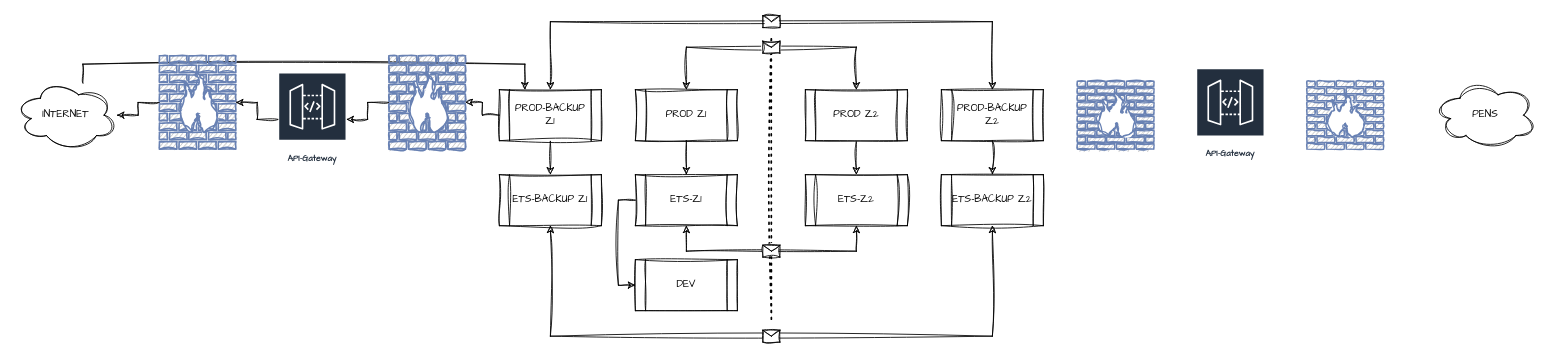
Above: logical.drawio in B4S71/drawio-swim (draw.io), before the change. Source tidied: cells renumbered, new cells numbered last; positions are measured from the earlier drawing's top-left corner, leaving out a move shared by most shapes. Both pictures are drawn from the tidied source at 85%, with x=0, y=0 at pixel (14, 21).
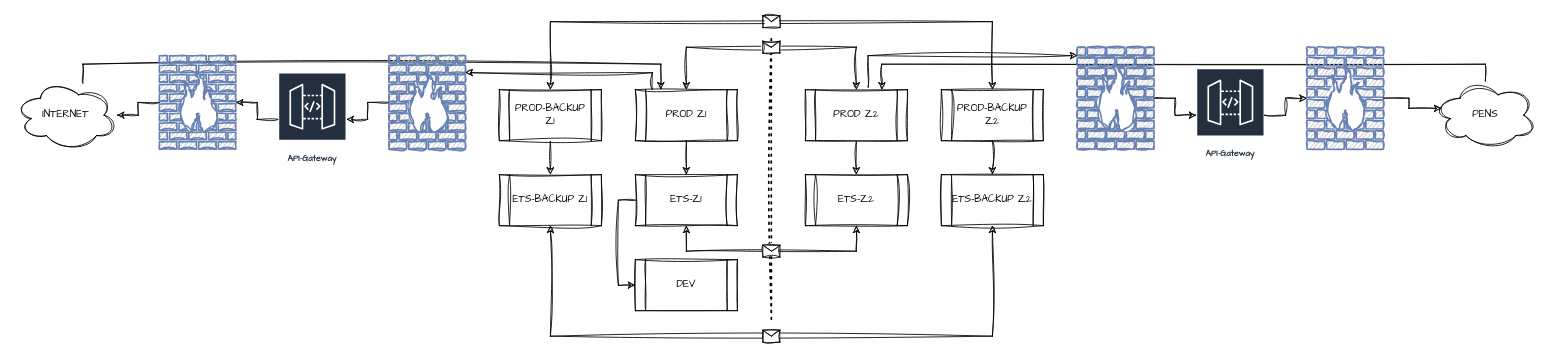
The same page after the edit.

Unchanged cells that the change refers to:
```xml
<mxCell id="6" value="PROD Z1" style="shape=process;whiteSpace=wrap;html=1;backgroundOutline=1;labelBackgroundColor=none;rounded=0;sketch=1;curveFitting=1;jiggle=2;fontFamily=Comic Sans MS;" parent="1" vertex="1">
  <mxGeometry x="730" y="80" width="120" height="60" as="geometry" />
</mxCell>
<mxCell id="8" value="PROD Z2" style="shape=process;whiteSpace=wrap;html=1;backgroundOutline=1;labelBackgroundColor=none;rounded=0;sketch=1;curveFitting=1;jiggle=2;fontFamily=Comic Sans MS;" parent="1" vertex="1">
  <mxGeometry x="930" y="80" width="120" height="60" as="geometry" />
</mxCell>
<mxCell id="12" value="PROD-BACKUP Z1" style="shape=process;whiteSpace=wrap;html=1;backgroundOutline=1;labelBackgroundColor=none;rounded=0;sketch=1;curveFitting=1;jiggle=2;fontFamily=Comic Sans MS;" parent="1" vertex="1">
  <mxGeometry x="570" y="80" width="120" height="60" as="geometry" />
</mxCell>
<mxCell id="20" value="INTERNET" style="ellipse;shape=cloud;whiteSpace=wrap;html=1;sketch=1;hachureGap=4;jiggle=2;curveFitting=1;fontFamily=Architects Daughter;" parent="1" vertex="1">
  <mxGeometry y="70" width="120" height="80" as="geometry" />
</mxCell>
<mxCell id="22" style="fontColor=#0066CC;verticalAlign=top;verticalLabelPosition=bottom;labelPosition=center;align=center;html=1;outlineConnect=0;fillColor=#CCCCCC;strokeColor=#6881B3;gradientColor=none;gradientDirection=north;strokeWidth=2;shape=mxgraph.networks.firewall;sketch=1;hachureGap=4;jiggle=2;curveFitting=1;fontFamily=Architects Daughter;" parent="1" vertex="1">
  <mxGeometry x="440" y="40" width="90" height="110" as="geometry" />
</mxCell>
<mxCell id="24" value="PENS" style="ellipse;shape=cloud;whiteSpace=wrap;html=1;sketch=1;hachureGap=4;jiggle=2;curveFitting=1;fontFamily=Architects Daughter;" parent="1" vertex="1">
  <mxGeometry x="1670" y="70" width="120" height="80" as="geometry" />
</mxCell>
<mxCell id="31" value="API-Gateway" style="sketch=0;outlineConnect=0;fontColor=#232F3E;gradientColor=none;strokeColor=#ffffff;fillColor=#232F3E;dashed=0;verticalLabelPosition=middle;verticalAlign=bottom;align=center;html=1;whiteSpace=wrap;fontSize=10;fontStyle=1;spacing=3;shape=mxgraph.aws4.productIcon;prIcon=mxgraph.aws4.api_gateway;hachureGap=4;jiggle=2;curveFitting=1;fontFamily=Architects Daughter;" parent="1" vertex="1">
  <mxGeometry x="1390" y="55" width="80" height="110" as="geometry" />
</mxCell>
```

The edit, as a diff of the source:
```diff
@@
+    <mxCell id="38" style="edgeStyle=orthogonalEdgeStyle;rounded=0;sketch=1;hachureGap=4;jiggle=2;curveFitting=1;jettySize=auto;html=1;fontFamily=Architects Daughter;exitX=0.615;exitY=-0.047;exitDx=0;exitDy=0;exitPerimeter=0;" parent="1" edge="1" source="8" target="27">
+      <mxGeometry relative="1" as="geometry">
+        <Array as="points">
+          <mxPoint x="1004" y="40" />
+        </Array>
+      </mxGeometry>
+    </mxCell>
@@
-    <mxCell id="19" style="edgeStyle=orthogonalEdgeStyle;rounded=0;sketch=1;hachureGap=4;jiggle=2;curveFitting=1;jettySize=auto;html=1;entryX=0.25;entryY=0;entryDx=0;entryDy=0;fontFamily=Architects Daughter;" parent="1" edge="1" source="20" target="12">
+    <mxCell id="19" style="edgeStyle=orthogonalEdgeStyle;rounded=0;sketch=1;hachureGap=4;jiggle=2;curveFitting=1;jettySize=auto;html=1;entryX=0.25;entryY=0;entryDx=0;entryDy=0;fontFamily=Architects Daughter;" parent="1" edge="1" source="20" target="6">
       <mxGeometry relative="1" as="geometry">
         <Array as="points">
           <mxPoint x="80" y="50" />
-          <mxPoint x="600" y="50" />
+          <mxPoint x="760" y="50" />
         </Array>
       </mxGeometry>
     </mxCell>
@@
-    <mxCell id="23" style="edgeStyle=orthogonalEdgeStyle;rounded=0;sketch=1;hachureGap=4;jiggle=2;curveFitting=1;jettySize=auto;html=1;exitX=0;exitY=0.5;exitDx=0;exitDy=0;entryX=1;entryY=0.5;entryDx=0;entryDy=0;entryPerimeter=0;fontFamily=Architects Daughter;" parent="1" edge="1" source="12" target="22">
-      <mxGeometry relative="1" as="geometry" />
+    <mxCell id="23" style="edgeStyle=orthogonalEdgeStyle;rounded=0;sketch=1;hachureGap=4;jiggle=2;curveFitting=1;jettySize=auto;html=1;exitX=0.167;exitY=0;exitDx=0;exitDy=0;fontFamily=Architects Daughter;exitPerimeter=0;" parent="1" edge="1" source="6">
+      <mxGeometry relative="1" as="geometry">
+        <mxPoint x="530" y="60" as="targetPoint" />
+        <Array as="points">
+          <mxPoint x="750" y="60" />
+          <mxPoint x="530" y="60" />
+        </Array>
+      </mxGeometry>
     </mxCell>
+    <mxCell id="39" style="edgeStyle=orthogonalEdgeStyle;rounded=0;sketch=1;hachureGap=4;jiggle=2;curveFitting=1;jettySize=auto;html=1;entryX=0.75;entryY=0;entryDx=0;entryDy=0;fontFamily=Architects Daughter;" parent="1" edge="1" source="24" target="8">
+      <mxGeometry relative="1" as="geometry">
+        <Array as="points">
+          <mxPoint x="1730" y="50" />
+          <mxPoint x="1020" y="50" />
+        </Array>
+      </mxGeometry>
+    </mxCell>
@@
+    <mxCell id="40" style="edgeStyle=orthogonalEdgeStyle;rounded=0;sketch=1;hachureGap=4;jiggle=2;curveFitting=1;jettySize=auto;html=1;exitX=1;exitY=0.5;exitDx=0;exitDy=0;exitPerimeter=0;fontFamily=Architects Daughter;" parent="1" edge="1" source="27" target="31">
+      <mxGeometry relative="1" as="geometry" />
+    </mxCell>
     <mxCell id="27" style="fontColor=#0066CC;verticalAlign=top;verticalLabelPosition=bottom;labelPosition=center;align=center;html=1;outlineConnect=0;fillColor=#CCCCCC;strokeColor=#6881B3;gradientColor=none;gradientDirection=north;strokeWidth=2;shape=mxgraph.networks.firewall;sketch=1;hachureGap=4;jiggle=2;curveFitting=1;fontFamily=Architects Daughter;" parent="1" vertex="1">
-      <mxGeometry x="1250" y="70" width="90" height="80" as="geometry" />
+      <mxGeometry x="1250" y="30" width="90" height="120" as="geometry" />
     </mxCell>
     <mxCell id="28" style="fontColor=#0066CC;verticalAlign=top;verticalLabelPosition=bottom;labelPosition=center;align=center;html=1;outlineConnect=0;fillColor=#CCCCCC;strokeColor=#6881B3;gradientColor=none;gradientDirection=north;strokeWidth=2;shape=mxgraph.networks.firewall;sketch=1;hachureGap=4;jiggle=2;curveFitting=1;fontFamily=Architects Daughter;" parent="1" vertex="1">
-      <mxGeometry x="1520" y="70" width="90" height="80" as="geometry" />
+      <mxGeometry x="1520" y="30" width="90" height="120" as="geometry" />
     </mxCell>
@@
+    <mxCell id="41" style="edgeStyle=orthogonalEdgeStyle;rounded=0;sketch=1;hachureGap=4;jiggle=2;curveFitting=1;jettySize=auto;html=1;entryX=0;entryY=0.5;entryDx=0;entryDy=0;entryPerimeter=0;fontFamily=Architects Daughter;" parent="1" edge="1" source="31" target="28">
+      <mxGeometry relative="1" as="geometry" />
+    </mxCell>
+    <mxCell id="42" style="edgeStyle=orthogonalEdgeStyle;rounded=0;sketch=1;hachureGap=4;jiggle=2;curveFitting=1;jettySize=auto;html=1;entryX=0.07;entryY=0.4;entryDx=0;entryDy=0;entryPerimeter=0;fontFamily=Architects Daughter;" parent="1" edge="1" source="28" target="24">
+      <mxGeometry relative="1" as="geometry" />
+    </mxCell>
```
